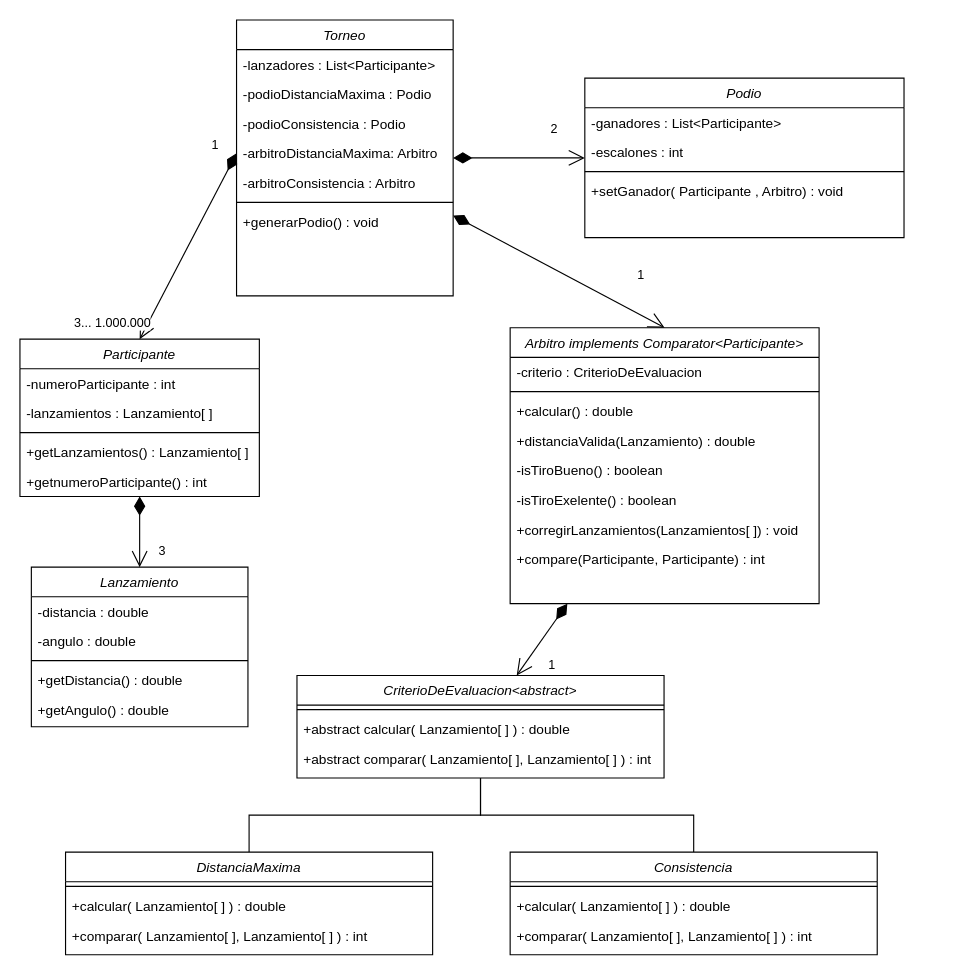
The draw.io diagram page "Page-1" (1 of 3) of LanzandoCaber/Lanzando el cáber .drawio in Dami1223/LanzandoELCaber, before the edit. Source tidied: cells renumbered, new cells numbered last; positions are measured from the earlier drawing's top-left corner, leaving out a move shared by most shapes. Both pictures are drawn from the tidied source at 114%, with x=0, y=0 at pixel (19, 19).
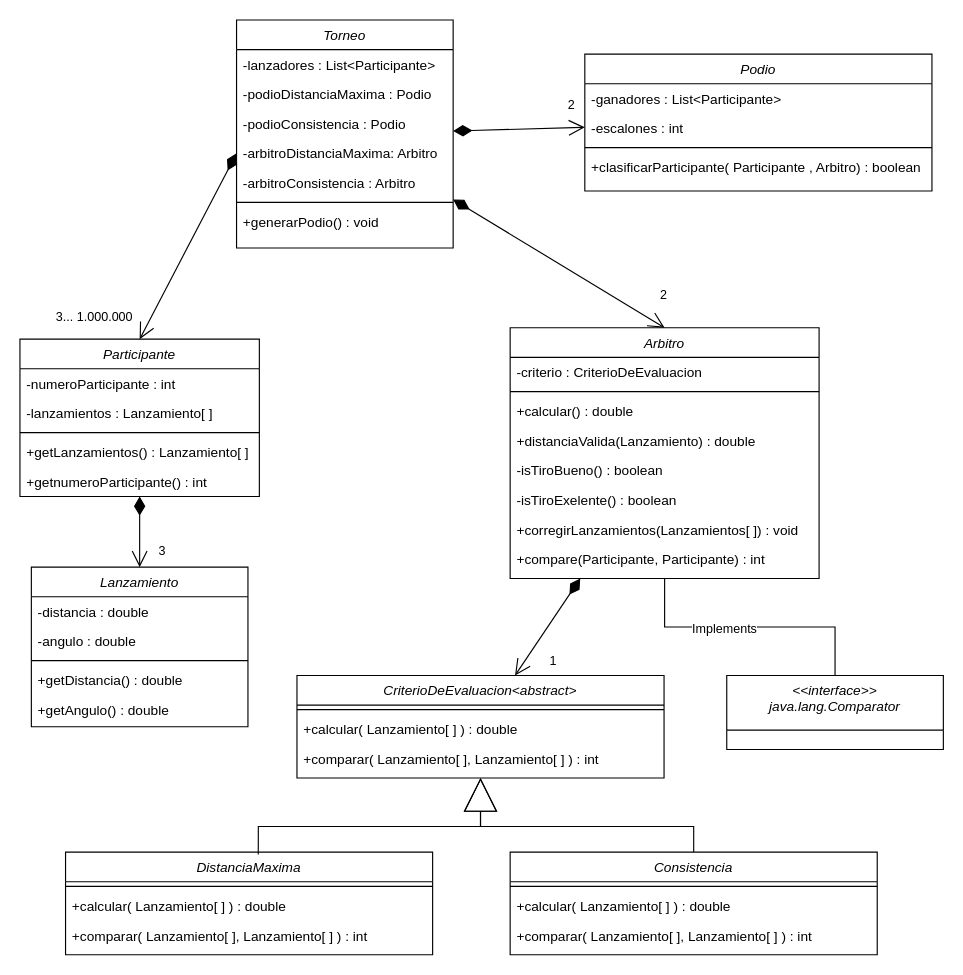
After the change.

The change refers to these unchanged cells:
```xml
<mxCell id="2" value="Participante" style="swimlane;fontStyle=2;align=center;verticalAlign=top;horizontal=1;startSize=26;rounded=0;shadow=0;strokeWidth=1;" parent="1" vertex="1">
  <mxGeometry y="280" width="210" height="138" as="geometry" />
</mxCell>
<mxCell id="18" value="-arbitroDistanciaMaxima: Arbitro" style="text;align=left;verticalAlign=top;spacingLeft=4;spacingRight=4;overflow=hidden;points=[[0,0.5],[1,0.5]];portConstraint=eastwest;rounded=0;shadow=0;html=0;" parent="14" vertex="1">
  <mxGeometry y="104" width="190" height="26" as="geometry" />
</mxCell>
<mxCell id="41" value="CriterioDeEvaluacion&lt;abstract&gt;" style="swimlane;fontStyle=2;align=center;verticalAlign=top;horizontal=1;startSize=26;rounded=0;shadow=0;strokeWidth=1;" parent="1" vertex="1">
  <mxGeometry x="243" y="575" width="322" height="90" as="geometry" />
</mxCell>
<mxCell id="46" value="DistanciaMaxima" style="swimlane;fontStyle=2;align=center;verticalAlign=top;horizontal=1;startSize=26;rounded=0;shadow=0;strokeWidth=1;" parent="1" vertex="1">
  <mxGeometry x="40" y="730" width="322" height="90" as="geometry" />
</mxCell>
<mxCell id="51" value="Consistencia" style="swimlane;fontStyle=2;align=center;verticalAlign=top;horizontal=1;startSize=26;rounded=0;shadow=0;strokeWidth=1;" parent="1" vertex="1">
  <mxGeometry x="430" y="730" width="322" height="90" as="geometry" />
</mxCell>
```

The edit, as a diff of the source:
```diff
@@
     <mxCell id="14" value="Torneo" style="swimlane;fontStyle=2;align=center;verticalAlign=top;horizontal=1;startSize=26;rounded=0;shadow=0;strokeWidth=1;" parent="1" vertex="1">
-      <mxGeometry x="190" width="190" height="242" as="geometry" />
+      <mxGeometry x="190" width="190" height="200" as="geometry" />
     </mxCell>
@@
     <mxCell id="22" value="Podio" style="swimlane;fontStyle=2;align=center;verticalAlign=top;horizontal=1;startSize=26;rounded=0;shadow=0;strokeWidth=1;" parent="1" vertex="1">
-      <mxGeometry x="495.5" y="51" width="280" height="140" as="geometry" />
+      <mxGeometry x="495.5" y="30" width="304.5" height="120" as="geometry" />
     </mxCell>
     <mxCell id="23" value="-ganadores : List&lt;Participante&gt;" style="text;align=left;verticalAlign=top;spacingLeft=4;spacingRight=4;overflow=hidden;rounded=0;shadow=0;html=0;" parent="22" vertex="1">
-      <mxGeometry y="26" width="280" height="26" as="geometry" />
+      <mxGeometry y="26" width="304.5" height="26" as="geometry" />
     </mxCell>
     <mxCell id="24" value="-escalones : int" style="text;align=left;verticalAlign=top;spacingLeft=4;spacingRight=4;overflow=hidden;rounded=0;shadow=0;html=0;" parent="22" vertex="1">
-      <mxGeometry y="52" width="280" height="26" as="geometry" />
+      <mxGeometry y="52" width="304.5" height="26" as="geometry" />
     </mxCell>
     <mxCell id="25" style="line;html=1;strokeWidth=1;align=left;verticalAlign=middle;spacingTop=-1;spacingLeft=3;spacingRight=3;labelPosition=right;" parent="22" vertex="1">
-      <mxGeometry y="78" width="280" height="8" as="geometry" />
+      <mxGeometry y="78" width="304.5" height="8" as="geometry" />
     </mxCell>
-    <mxCell id="26" value="+setGanador( Participante , Arbitro) : void" style="text;align=left;verticalAlign=top;spacingLeft=4;spacingRight=4;overflow=hidden;rounded=0;shadow=0;html=0;" parent="22" vertex="1">
-      <mxGeometry y="86" width="280" height="26" as="geometry" />
+    <mxCell id="26" value="+clasificarParticipante( Participante , Arbitro) : boolean" style="text;align=left;verticalAlign=top;spacingLeft=4;spacingRight=4;overflow=hidden;rounded=0;shadow=0;html=0;" parent="22" vertex="1">
+      <mxGeometry y="86" width="304.5" height="26" as="geometry" />
     </mxCell>
     <mxCell id="27" value="3... 1.000.000" style="endArrow=open;html=1;endSize=12;startArrow=diamondThin;startSize=14;startFill=1;align=left;verticalAlign=bottom;entryX=0.5;entryY=0;entryDx=0;entryDy=0;exitX=0;exitY=0.5;exitDx=0;exitDy=0;" parent="1" edge="1" source="18" target="2">
-      <mxGeometry x="1" y="-56" relative="1" as="geometry">
-        <mxPoint x="-9" y="21" as="offset" />
+      <mxGeometry x="1" y="-76" relative="1" as="geometry">
+        <mxPoint x="-8" y="25" as="offset" />
       </mxGeometry>
     </mxCell>
-    <mxCell id="28" value="1" style="edgeLabel;html=1;align=center;verticalAlign=middle;" parent="27" vertex="1">
-      <mxGeometry x="-0.77" y="-1" relative="1" as="geometry">
-        <mxPoint x="-9.3" y="-25.5" as="offset" />
-      </mxGeometry>
-    </mxCell>
@@
-    <mxCell id="30" value="Arbitro implements Comparator&lt;Participante&gt;" style="swimlane;fontStyle=2;align=center;verticalAlign=top;horizontal=1;startSize=26;rounded=0;shadow=0;strokeWidth=1;" parent="1" vertex="1">
-      <mxGeometry x="430" y="270" width="271" height="242" as="geometry" />
+    <mxCell id="30" value="Arbitro" style="swimlane;fontStyle=2;align=center;verticalAlign=top;horizontal=1;startSize=26;rounded=0;shadow=0;strokeWidth=1;" parent="1" vertex="1">
+      <mxGeometry x="430" y="270" width="271" height="220" as="geometry" />
     </mxCell>
@@
-    <mxCell id="39" value="1" style="endArrow=open;html=1;endSize=12;startArrow=diamondThin;startSize=14;startFill=1;align=left;verticalAlign=bottom;entryX=0.5;entryY=0;entryDx=0;entryDy=0;" parent="1" edge="1" source="14" target="30">
-      <mxGeometry x="0.62" y="21" relative="1" as="geometry" />
+    <mxCell id="39" value="2" style="endArrow=open;html=1;endSize=12;startArrow=diamondThin;startSize=14;startFill=1;align=left;verticalAlign=bottom;entryX=0.5;entryY=0;entryDx=0;entryDy=0;" parent="1" edge="1" source="14" target="30">
+      <mxGeometry x="0.86" y="14" relative="1" as="geometry" />
     </mxCell>
     <mxCell id="40" value="2" style="endArrow=open;html=1;endSize=12;startArrow=diamondThin;startSize=14;startFill=1;align=left;verticalAlign=bottom;" parent="1" edge="1" source="14" target="22">
-      <mxGeometry x="0.46" y="16" relative="1" as="geometry" />
+      <mxGeometry x="0.72" y="11" relative="1" as="geometry" />
     </mxCell>
@@
-    <mxCell id="43" value="+abstract calcular( Lanzamiento[ ] ) : double" style="text;align=left;verticalAlign=top;spacingLeft=4;spacingRight=4;overflow=hidden;rounded=0;shadow=0;html=0;" parent="41" vertex="1">
+    <mxCell id="43" value="+calcular( Lanzamiento[ ] ) : double" style="text;align=left;verticalAlign=top;spacingLeft=4;spacingRight=4;overflow=hidden;rounded=0;shadow=0;html=0;" parent="41" vertex="1">
       <mxGeometry y="34" width="322" height="26" as="geometry" />
     </mxCell>
-    <mxCell id="44" value="+abstract comparar( Lanzamiento[ ], Lanzamiento[ ] ) : int" style="text;align=left;verticalAlign=top;spacingLeft=4;spacingRight=4;overflow=hidden;rounded=0;shadow=0;html=0;" parent="41" vertex="1">
+    <mxCell id="44" value="+comparar( Lanzamiento[ ], Lanzamiento[ ] ) : int" style="text;align=left;verticalAlign=top;spacingLeft=4;spacingRight=4;overflow=hidden;rounded=0;shadow=0;html=0;" parent="41" vertex="1">
       <mxGeometry y="60" width="322" height="26" as="geometry" />
     </mxCell>
-    <mxCell id="45" style="edgeStyle=orthogonalEdgeStyle;rounded=0;jettySize=auto;html=1;endArrow=none;endFill=0;" parent="1" edge="1" source="46" target="41">
-      <mxGeometry relative="1" as="geometry" />
-    </mxCell>
@@
-    <mxCell id="50" style="edgeStyle=orthogonalEdgeStyle;rounded=0;jettySize=auto;html=1;endArrow=none;endFill=0;" parent="1" edge="1" source="51" target="41">
+    <mxCell id="50" style="edgeStyle=orthogonalEdgeStyle;rounded=0;jettySize=auto;html=1;endArrow=block;endFill=0;endSize=27;" parent="1" edge="1" source="51" target="41">
       <mxGeometry relative="1" as="geometry" />
     </mxCell>
@@
+    <mxCell id="45" style="edgeStyle=orthogonalEdgeStyle;rounded=0;jettySize=auto;html=1;endArrow=block;endFill=0;endSize=27;exitX=0.525;exitY=0.022;exitDx=0;exitDy=0;exitPerimeter=0;" parent="1" edge="1" source="46" target="41">
+      <mxGeometry relative="1" as="geometry" />
+    </mxCell>
+    <mxCell id="56" style="edgeStyle=orthogonalEdgeStyle;rounded=0;jettySize=auto;html=1;endArrow=none;endFill=0;endSize=27;" parent="1" edge="1" source="58" target="30">
+      <mxGeometry relative="1" as="geometry" />
+    </mxCell>
+    <mxCell id="57" value="Implements" style="edgeLabel;html=1;align=center;verticalAlign=middle;" parent="56" vertex="1">
+      <mxGeometry x="0.2" y="1" relative="1" as="geometry">
+        <mxPoint x="1" as="offset" />
+      </mxGeometry>
+    </mxCell>
+    <mxCell id="58" value="&lt;&lt;interface&gt;&gt;&#10;java.lang.Comparator" style="swimlane;fontStyle=2;align=center;verticalAlign=top;horizontal=1;startSize=48;rounded=0;shadow=0;strokeWidth=1;" parent="1" vertex="1">
+      <mxGeometry x="620" y="575" width="190" height="65" as="geometry" />
+    </mxCell>
```
